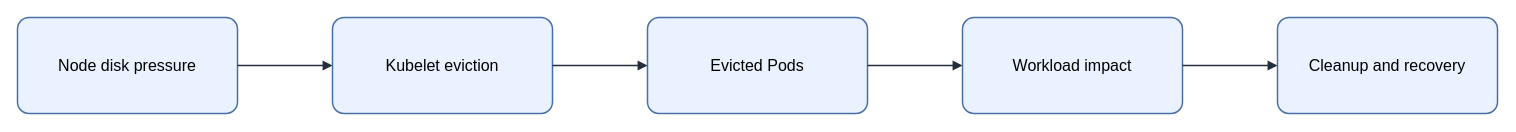
Earlier version of the draw.io diagram assets/img/kubernetes/multiple-pods-evicted-flow.drawio (KKamJi98/kkamji98.github.io). Source tidied: cells renumbered, new cells numbered last; positions are measured from the earlier drawing's top-left corner, leaving out a move shared by most shapes. Both pictures are drawn from the tidied source at 100%, with x=0, y=0 at pixel (17, 17).
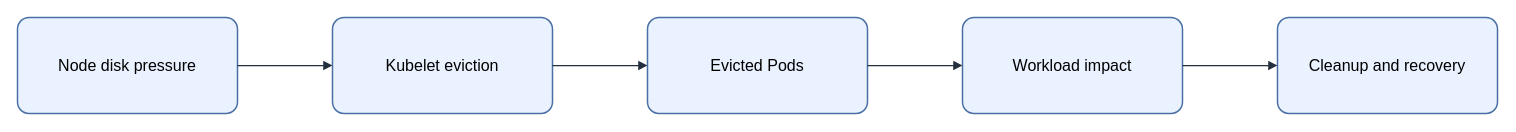
The same diagram, later.

Diff of the diagram source:
```diff
@@
 <mxGraphModel background="#FFFFFF">
   <root>
     <mxCell id="0" />
     <mxCell id="1" parent="0" />
-    <mxCell id="2" value="&lt;font style=&quot;color: rgb(0, 0, 0);&quot;&gt;Node disk pressure&lt;/font&gt;" style="rounded=1;arcSize=12;whiteSpace=wrap;html=1;fillColor=#EAF2FF;strokeColor=#4A6FA5;strokeWidth=1.5;fontColor=#000000;fontSize=16;align=center;verticalAlign=middle;spacing=8;shadow=0;" parent="1" vertex="1">
+    <mxCell id="2" value="Node disk pressure" style="rounded=1;arcSize=12;whiteSpace=wrap;html=0;fillColor=#EAF2FF;strokeColor=#4A6FA5;strokeWidth=1.5;fontColor=#000000;fontSize=16;align=center;verticalAlign=middle;spacing=8;shadow=0;" parent="1" vertex="1">
       <mxGeometry width="220" height="96" as="geometry" />
     </mxCell>
-    <mxCell id="3" value="&lt;font style=&quot;color: rgb(0, 0, 0);&quot;&gt;Kubelet eviction&lt;/font&gt;" style="rounded=1;arcSize=12;whiteSpace=wrap;html=1;fillColor=#EAF2FF;strokeColor=#4A6FA5;strokeWidth=1.5;fontColor=#000000;fontSize=16;align=center;verticalAlign=middle;spacing=8;shadow=0;" parent="1" vertex="1">
+    <mxCell id="3" value="Kubelet eviction" style="rounded=1;arcSize=12;whiteSpace=wrap;html=0;fillColor=#EAF2FF;strokeColor=#4A6FA5;strokeWidth=1.5;fontColor=#000000;fontSize=16;align=center;verticalAlign=middle;spacing=8;shadow=0;" parent="1" vertex="1">
       <mxGeometry x="315" width="220" height="96" as="geometry" />
     </mxCell>
-    <mxCell id="4" value="&lt;font style=&quot;color: rgb(0, 0, 0);&quot;&gt;Evicted Pods&lt;/font&gt;" style="rounded=1;arcSize=12;whiteSpace=wrap;html=1;fillColor=#EAF2FF;strokeColor=#4A6FA5;strokeWidth=1.5;fontColor=#000000;fontSize=16;align=center;verticalAlign=middle;spacing=8;shadow=0;" parent="1" vertex="1">
+    <mxCell id="4" value="Evicted Pods" style="rounded=1;arcSize=12;whiteSpace=wrap;html=0;fillColor=#EAF2FF;strokeColor=#4A6FA5;strokeWidth=1.5;fontColor=#000000;fontSize=16;align=center;verticalAlign=middle;spacing=8;shadow=0;" parent="1" vertex="1">
       <mxGeometry x="630" width="220" height="96" as="geometry" />
     </mxCell>
-    <mxCell id="5" value="&lt;font style=&quot;color: rgb(0, 0, 0);&quot;&gt;Workload impact&lt;/font&gt;" style="rounded=1;arcSize=12;whiteSpace=wrap;html=1;fillColor=#EAF2FF;strokeColor=#4A6FA5;strokeWidth=1.5;fontColor=#000000;fontSize=16;align=center;verticalAlign=middle;spacing=8;shadow=0;" parent="1" vertex="1">
+    <mxCell id="5" value="Workload impact" style="rounded=1;arcSize=12;whiteSpace=wrap;html=0;fillColor=#EAF2FF;strokeColor=#4A6FA5;strokeWidth=1.5;fontColor=#000000;fontSize=16;align=center;verticalAlign=middle;spacing=8;shadow=0;" parent="1" vertex="1">
       <mxGeometry x="945" width="220" height="96" as="geometry" />
     </mxCell>
-    <mxCell id="6" value="&lt;font style=&quot;color: rgb(0, 0, 0);&quot;&gt;Cleanup and recovery&lt;/font&gt;" style="rounded=1;arcSize=12;whiteSpace=wrap;html=1;fillColor=#EAF2FF;strokeColor=#4A6FA5;strokeWidth=1.5;fontColor=#000000;fontSize=16;align=center;verticalAlign=middle;spacing=8;shadow=0;" parent="1" vertex="1">
+    <mxCell id="6" value="Cleanup and recovery" style="rounded=1;arcSize=12;whiteSpace=wrap;html=0;fillColor=#EAF2FF;strokeColor=#4A6FA5;strokeWidth=1.5;fontColor=#000000;fontSize=16;align=center;verticalAlign=middle;spacing=8;shadow=0;" parent="1" vertex="1">
       <mxGeometry x="1260" width="220" height="96" as="geometry" />
     </mxCell>
-    <mxCell id="7" style="edgeStyle=orthogonalEdgeStyle;rounded=0;jettySize=auto;html=1;endArrow=block;endFill=1;strokeColor=#232F3E;strokeWidth=1.5;fontColor=#000000;labelBackgroundColor=none;exitX=1;exitY=0.5;exitDx=0;exitDy=0;entryX=0;entryY=0.5;entryDx=0;entryDy=0;" parent="1" edge="1" source="2" target="3">
+    <mxCell id="7" style="edgeStyle=orthogonalEdgeStyle;rounded=0;jettySize=auto;html=0;endArrow=block;endFill=1;strokeColor=#232F3E;strokeWidth=1.25;fontColor=#000000;labelBackgroundColor=none;exitX=1;exitY=0.5;exitDx=0;exitDy=0;entryX=0;entryY=0.5;entryDx=0;entryDy=0;" parent="1" edge="1" source="2" target="3">
       <mxGeometry relative="1" as="geometry" />
     </mxCell>
-    <mxCell id="8" style="edgeStyle=orthogonalEdgeStyle;rounded=0;jettySize=auto;html=1;endArrow=block;endFill=1;strokeColor=#232F3E;strokeWidth=1.5;fontColor=#000000;labelBackgroundColor=none;exitX=1;exitY=0.5;exitDx=0;exitDy=0;entryX=0;entryY=0.5;entryDx=0;entryDy=0;" parent="1" edge="1" source="3" target="4">
+    <mxCell id="8" style="edgeStyle=orthogonalEdgeStyle;rounded=0;jettySize=auto;html=0;endArrow=block;endFill=1;strokeColor=#232F3E;strokeWidth=1.25;fontColor=#000000;labelBackgroundColor=none;exitX=1;exitY=0.5;exitDx=0;exitDy=0;entryX=0;entryY=0.5;entryDx=0;entryDy=0;" parent="1" edge="1" source="3" target="4">
       <mxGeometry relative="1" as="geometry" />
     </mxCell>
-    <mxCell id="9" style="edgeStyle=orthogonalEdgeStyle;rounded=0;jettySize=auto;html=1;endArrow=block;endFill=1;strokeColor=#232F3E;strokeWidth=1.5;fontColor=#000000;labelBackgroundColor=none;exitX=1;exitY=0.5;exitDx=0;exitDy=0;entryX=0;entryY=0.5;entryDx=0;entryDy=0;" parent="1" edge="1" source="4" target="5">
+    <mxCell id="9" style="edgeStyle=orthogonalEdgeStyle;rounded=0;jettySize=auto;html=0;endArrow=block;endFill=1;strokeColor=#232F3E;strokeWidth=1.25;fontColor=#000000;labelBackgroundColor=none;exitX=1;exitY=0.5;exitDx=0;exitDy=0;entryX=0;entryY=0.5;entryDx=0;entryDy=0;" parent="1" edge="1" source="4" target="5">
       <mxGeometry relative="1" as="geometry" />
     </mxCell>
-    <mxCell id="10" style="edgeStyle=orthogonalEdgeStyle;rounded=0;jettySize=auto;html=1;endArrow=block;endFill=1;strokeColor=#232F3E;strokeWidth=1.5;fontColor=#000000;labelBackgroundColor=none;exitX=1;exitY=0.5;exitDx=0;exitDy=0;entryX=0;entryY=0.5;entryDx=0;entryDy=0;" parent="1" edge="1" source="5" target="6">
+    <mxCell id="10" style="edgeStyle=orthogonalEdgeStyle;rounded=0;jettySize=auto;html=0;endArrow=block;endFill=1;strokeColor=#232F3E;strokeWidth=1.25;fontColor=#000000;labelBackgroundColor=none;exitX=1;exitY=0.5;exitDx=0;exitDy=0;entryX=0;entryY=0.5;entryDx=0;entryDy=0;" parent="1" edge="1" source="5" target="6">
       <mxGeometry relative="1" as="geometry" />
     </mxCell>
   </root>
 </mxGraphModel>
```
